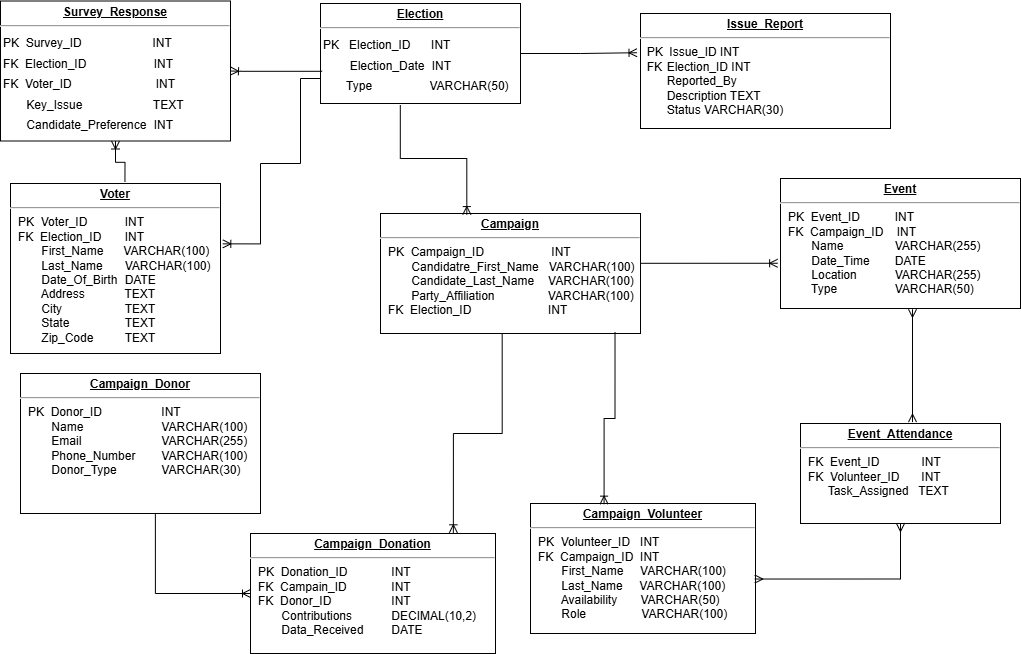
Earlier version of the draw.io export DB_Rokas_Miliūnas_HW_PoliticalCampaign_diagram.png (RokasMil/Rokas_Mili-nas_SP25). Source tidied: cells renumbered, new cells last; positions are measured from the earlier drawing's top-left corner, leaving out a move shared by most shapes.
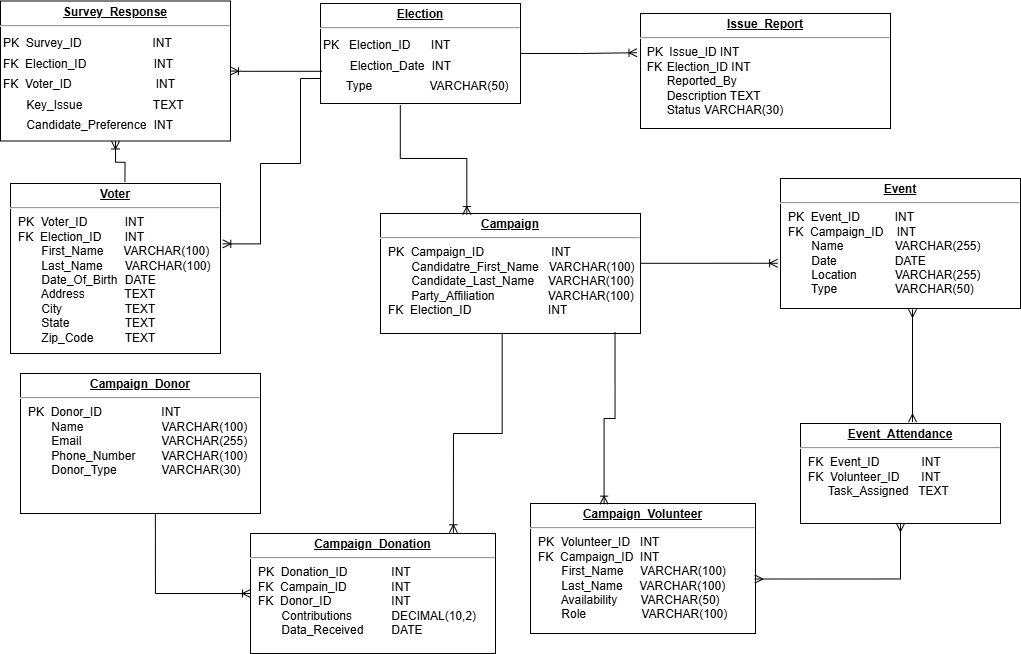
After the commit.

Diff of the diagram source:
```diff
@@ -17,7 +17,7 @@
     <mxCell id="6" value="&lt;p style=&quot;margin: 0px ; margin-top: 4px ; text-align: center ; text-decoration: underline&quot;&gt;&lt;b&gt;Event_Attendance&lt;/b&gt;&lt;/p&gt;&lt;hr&gt;&lt;p style=&quot;margin: 0px ; margin-left: 8px&quot;&gt;&lt;span style=&quot;background-color: transparent; color: light-dark(rgb(0, 0, 0), rgb(255, 255, 255));&quot;&gt;FK&amp;nbsp; Event_ID&lt;/span&gt;&lt;span style=&quot;background-color: transparent; color: light-dark(rgb(0, 0, 0), rgb(255, 255, 255)); white-space-collapse: preserve;&quot;&gt;&#9;&lt;span style=&quot;white-space-collapse: preserve;&quot;&gt;&#9;&lt;/span&gt; &lt;/span&gt;&amp;nbsp;&lt;span style=&quot;background-color: transparent; color: light-dark(rgb(0, 0, 0), rgb(255, 255, 255));&quot;&gt;INT&lt;/span&gt;&lt;/p&gt;&lt;p style=&quot;margin: 0px ; margin-left: 8px&quot;&gt;&lt;span style=&quot;background-color: transparent; color: light-dark(rgb(0, 0, 0), rgb(255, 255, 255));&quot;&gt;FK&amp;nbsp; Volunteer_ID&lt;/span&gt;&lt;span style=&quot;background-color: transparent; color: light-dark(rgb(0, 0, 0), rgb(255, 255, 255)); white-space-collapse: preserve;&quot;&gt;&#9;&lt;/span&gt;&amp;nbsp; &lt;span style=&quot;background-color: transparent; color: light-dark(rgb(0, 0, 0), rgb(255, 255, 255));&quot;&gt;INT&lt;/span&gt;&lt;span style=&quot;background-color: transparent; color: light-dark(rgb(0, 0, 0), rgb(255, 255, 255)); white-space-collapse: preserve;&quot;&gt;&#9;&lt;/span&gt;&lt;/p&gt;&lt;p style=&quot;margin: 0px ; margin-left: 8px&quot;&gt;&lt;span style=&quot;background-color: transparent; color: light-dark(rgb(0, 0, 0), rgb(255, 255, 255));&quot;&gt;&amp;nbsp; &amp;nbsp; &amp;nbsp; Task_Assigned&amp;nbsp; &amp;nbsp;TEXT&lt;/span&gt;&lt;/p&gt;&lt;p style=&quot;margin: 0px ; margin-left: 8px&quot;&gt;&lt;br&gt;&lt;/p&gt;" style="verticalAlign=top;align=left;overflow=fill;fontSize=12;fontFamily=Helvetica;html=1;rounded=0;shadow=0;comic=0;labelBackgroundColor=none;strokeWidth=1;" parent="1" vertex="1">
       <mxGeometry x="800" y="422" width="200" height="100" as="geometry" />
     </mxCell>
-    <mxCell id="7" value="&lt;p style=&quot;margin: 0px ; margin-top: 4px ; text-align: center ; text-decoration: underline&quot;&gt;&lt;b&gt;Event&lt;/b&gt;&lt;/p&gt;&lt;hr&gt;&lt;p style=&quot;margin: 0px ; margin-left: 8px&quot;&gt;PK&amp;nbsp; Event_ID&lt;span style=&quot;white-space-collapse: preserve;&quot;&gt;&#9;&lt;span style=&quot;white-space: pre;&quot;&gt;&#9;&lt;/span&gt;&lt;/span&gt;INT&lt;/p&gt;&lt;p style=&quot;margin: 0px ; margin-left: 8px&quot;&gt;FK&amp;nbsp; Campaign_ID&amp;nbsp; &amp;nbsp; INT&lt;/p&gt;&lt;p style=&quot;margin: 0px ; margin-left: 8px&quot;&gt;&amp;nbsp; &amp;nbsp; &amp;nbsp; &amp;nbsp;Name&lt;span style=&quot;white-space: pre;&quot;&gt;&#9;&lt;/span&gt;&lt;span style=&quot;white-space: pre;&quot;&gt;&#9;&lt;/span&gt;VARCHAR(255)&lt;/p&gt;&lt;p style=&quot;margin: 0px ; margin-left: 8px&quot;&gt;&amp;nbsp; &amp;nbsp; &amp;nbsp; &amp;nbsp;Date_Time&lt;span style=&quot;white-space-collapse: preserve;&quot;&gt;&lt;span style=&quot;white-space: pre;&quot;&gt;&#9;&lt;/span&gt;&lt;/span&gt;DATE&lt;/p&gt;&lt;p style=&quot;margin: 0px ; margin-left: 8px&quot;&gt;&amp;nbsp; &amp;nbsp; &amp;nbsp; &amp;nbsp;Location&lt;span style=&quot;white-space-collapse: preserve;&quot;&gt;&#9;&lt;span style=&quot;white-space: pre;&quot;&gt;&#9;&lt;/span&gt;&lt;/span&gt;VARCHAR(255)&lt;/p&gt;&lt;p style=&quot;margin: 0px ; margin-left: 8px&quot;&gt;&amp;nbsp; &amp;nbsp; &amp;nbsp; &amp;nbsp;Type&lt;span style=&quot;white-space-collapse: preserve;&quot;&gt;&#9;&lt;/span&gt;&amp;nbsp; &amp;nbsp; &amp;nbsp; &amp;nbsp;&lt;span style=&quot;white-space: pre;&quot;&gt;&#9;&lt;/span&gt;&lt;span style=&quot;white-space: pre;&quot;&gt;&#9;&lt;/span&gt;VARCHAR(50)&lt;/p&gt;&lt;div&gt;&lt;br&gt;&lt;/div&gt;" style="verticalAlign=top;align=left;overflow=fill;fontSize=12;fontFamily=Helvetica;html=1;rounded=0;shadow=0;comic=0;labelBackgroundColor=none;strokeWidth=1;" parent="1" vertex="1">
+    <mxCell id="7" value="&lt;p style=&quot;margin: 0px ; margin-top: 4px ; text-align: center ; text-decoration: underline&quot;&gt;&lt;b&gt;Event&lt;/b&gt;&lt;/p&gt;&lt;hr&gt;&lt;p style=&quot;margin: 0px ; margin-left: 8px&quot;&gt;PK&amp;nbsp; Event_ID&lt;span style=&quot;white-space-collapse: preserve;&quot;&gt;&#9;&lt;span style=&quot;white-space: pre;&quot;&gt;&#9;&lt;/span&gt;&lt;/span&gt;INT&lt;/p&gt;&lt;p style=&quot;margin: 0px ; margin-left: 8px&quot;&gt;FK&amp;nbsp; Campaign_ID&amp;nbsp; &amp;nbsp; INT&lt;/p&gt;&lt;p style=&quot;margin: 0px ; margin-left: 8px&quot;&gt;&amp;nbsp; &amp;nbsp; &amp;nbsp; &amp;nbsp;Name&lt;span style=&quot;white-space: pre;&quot;&gt;&#9;&lt;/span&gt;&lt;span style=&quot;white-space: pre;&quot;&gt;&#9;&lt;/span&gt;VARCHAR(255)&lt;/p&gt;&lt;p style=&quot;margin: 0px ; margin-left: 8px&quot;&gt;&amp;nbsp; &amp;nbsp; &amp;nbsp; &amp;nbsp;Date&lt;span style=&quot;white-space: pre;&quot;&gt;&#9;&lt;/span&gt;&lt;span style=&quot;white-space: pre;&quot;&gt;&#9;&lt;/span&gt;&lt;span style=&quot;white-space-collapse: preserve;&quot;&gt;&lt;span style=&quot;white-space: pre;&quot;&gt;&#9;&lt;/span&gt;&lt;/span&gt;DATE&lt;/p&gt;&lt;p style=&quot;margin: 0px ; margin-left: 8px&quot;&gt;&amp;nbsp; &amp;nbsp; &amp;nbsp; &amp;nbsp;Location&lt;span style=&quot;white-space-collapse: preserve;&quot;&gt;&#9;&lt;span style=&quot;white-space: pre;&quot;&gt;&#9;&lt;/span&gt;&lt;/span&gt;VARCHAR(255)&lt;/p&gt;&lt;p style=&quot;margin: 0px ; margin-left: 8px&quot;&gt;&amp;nbsp; &amp;nbsp; &amp;nbsp; &amp;nbsp;Type&lt;span style=&quot;white-space-collapse: preserve;&quot;&gt;&#9;&lt;/span&gt;&amp;nbsp; &amp;nbsp; &amp;nbsp; &amp;nbsp;&lt;span style=&quot;white-space: pre;&quot;&gt;&#9;&lt;/span&gt;&lt;span style=&quot;white-space: pre;&quot;&gt;&#9;&lt;/span&gt;VARCHAR(50)&lt;/p&gt;&lt;div&gt;&lt;br&gt;&lt;/div&gt;" style="verticalAlign=top;align=left;overflow=fill;fontSize=12;fontFamily=Helvetica;html=1;rounded=0;shadow=0;comic=0;labelBackgroundColor=none;strokeWidth=1;" parent="1" vertex="1">
       <mxGeometry x="780" y="177" width="240" height="130" as="geometry" />
     </mxCell>
     <mxCell id="8" value="&lt;p style=&quot;margin: 0px ; margin-top: 4px ; text-align: center ; text-decoration: underline&quot;&gt;&lt;strong&gt;Campaign_Volunteer&lt;/strong&gt;&lt;/p&gt;&lt;hr&gt;&lt;p style=&quot;margin: 0px ; margin-left: 8px&quot;&gt;PK&amp;nbsp; Volunteer_ID&amp;nbsp; &amp;nbsp;INT&lt;/p&gt;&lt;p style=&quot;margin: 0px ; margin-left: 8px&quot;&gt;FK&amp;nbsp; Campaign_ID&amp;nbsp; INT&lt;/p&gt;&lt;p style=&quot;margin: 0px ; margin-left: 8px&quot;&gt;&amp;nbsp; &amp;nbsp; &amp;nbsp; &amp;nbsp;First_Name&amp;nbsp; &amp;nbsp; &amp;nbsp;VARCHAR(100)&lt;/p&gt;&lt;p style=&quot;margin: 0px 0px 0px 8px;&quot;&gt;&amp;nbsp; &amp;nbsp; &amp;nbsp; &amp;nbsp;Last_Name&amp;nbsp; &amp;nbsp; &amp;nbsp;VARCHAR(100)&lt;/p&gt;&lt;p style=&quot;margin: 0px ; margin-left: 8px&quot;&gt;&lt;span style=&quot;background-color: transparent; color: light-dark(rgb(0, 0, 0), rgb(255, 255, 255));&quot;&gt;&amp;nbsp; &amp;nbsp; &amp;nbsp; &amp;nbsp;Availability&amp;nbsp; &amp;nbsp; &amp;nbsp; &amp;nbsp;VARCHAR(50)&lt;/span&gt;&lt;/p&gt;&lt;p style=&quot;margin: 0px ; margin-left: 8px&quot;&gt;&amp;nbsp; &amp;nbsp; &amp;nbsp; &amp;nbsp;Role&lt;span style=&quot;white-space-collapse: preserve;&quot;&gt;&#9;&lt;/span&gt;&amp;nbsp; &amp;nbsp; &amp;nbsp; &amp;nbsp; &amp;nbsp; &amp;nbsp; &amp;nbsp; &amp;nbsp;VARCHAR(100)&lt;/p&gt;" style="verticalAlign=top;align=left;overflow=fill;fontSize=12;fontFamily=Helvetica;html=1;rounded=0;shadow=0;comic=0;labelBackgroundColor=none;strokeWidth=1;" parent="1" vertex="1">
```
